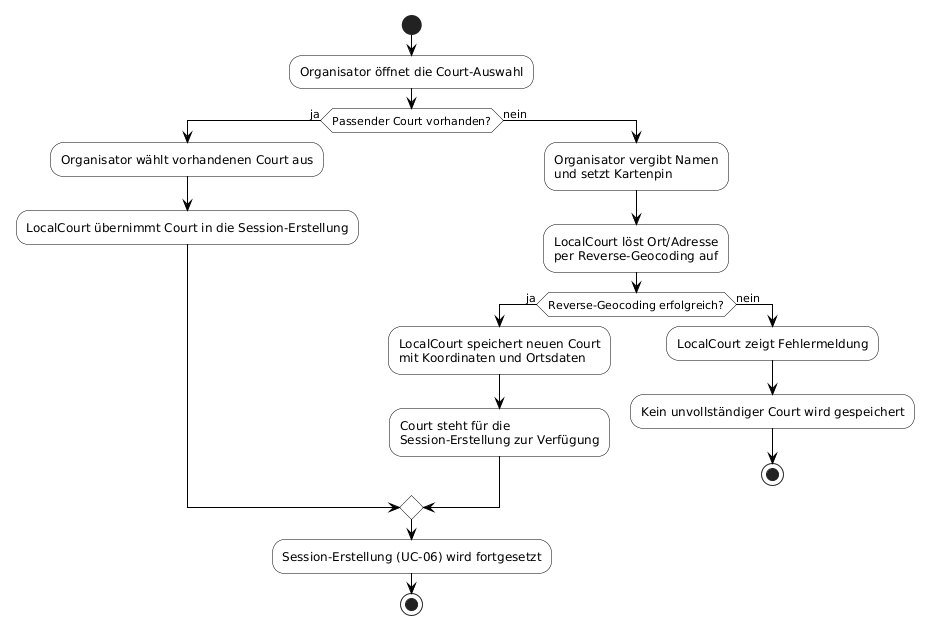
Before: docs/spec/diagrams-png/F2-uc10-court-erfassen.png, a diagram exported from PlantUML (Finn5k/Wirtschaftsinformatik-Projekt-I). Source of this version:
```plantuml
@startuml
skinparam backgroundColor White
skinparam activity {
  BackgroundColor White
  BorderColor Black
}
skinparam ArrowColor Black

start
:Organisator öffnet die Court-Auswahl;
if (Passender Court vorhanden?) then (ja)
  :Organisator wählt vorhandenen Court aus;
  :LocalCourt übernimmt Court in die Session-Erstellung;
else (nein)
  :Organisator vergibt Namen\nund setzt Kartenpin;
  :LocalCourt löst Ort/Adresse\nper Reverse-Geocoding auf;
  if (Reverse-Geocoding erfolgreich?) then (ja)
    :LocalCourt speichert neuen Court\nmit Koordinaten und Ortsdaten;
    :Court steht für die\nSession-Erstellung zur Verfügung;
  else (nein)
    :LocalCourt zeigt Fehlermeldung;
    :Kein unvollständiger Court wird gespeichert;
    stop
  endif
endif
:Session-Erstellung (UC-06) wird fortgesetzt;
stop
@enduml
```
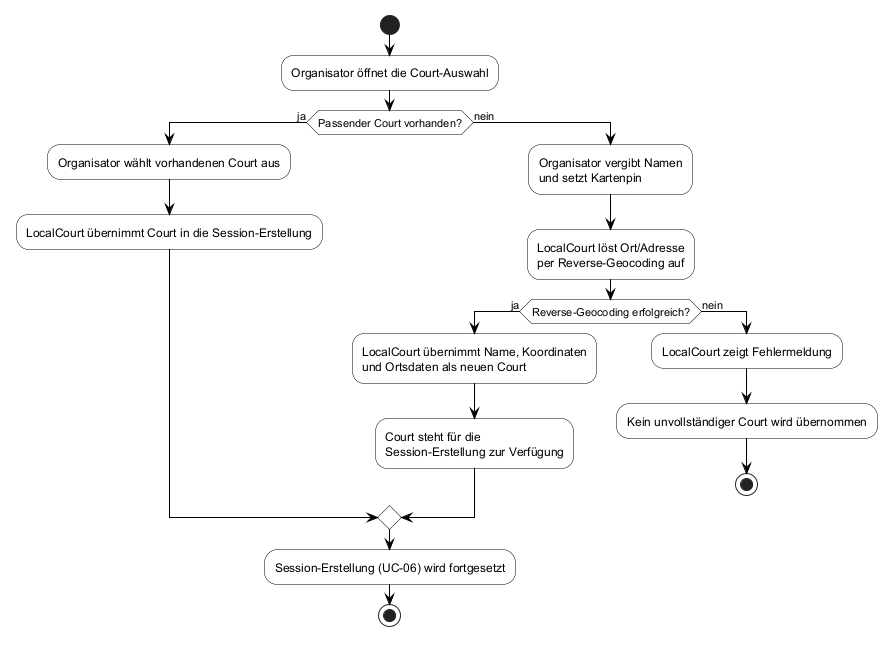
After the change.

What changed in the source:
```diff
@@ -1,4 +1,4 @@
-@startuml
+@startuml F2-uc10-court-erfassen
 skinparam backgroundColor White
 skinparam activity {
   BackgroundColor White
@@ -15,11 +15,11 @@
   :Organisator vergibt Namen\nund setzt Kartenpin;
   :LocalCourt löst Ort/Adresse\nper Reverse-Geocoding auf;
   if (Reverse-Geocoding erfolgreich?) then (ja)
-    :LocalCourt speichert neuen Court\nmit Koordinaten und Ortsdaten;
+    :LocalCourt übernimmt Name, Koordinaten\nund Ortsdaten als neuen Court;
     :Court steht für die\nSession-Erstellung zur Verfügung;
   else (nein)
     :LocalCourt zeigt Fehlermeldung;
-    :Kein unvollständiger Court wird gespeichert;
+    :Kein unvollständiger Court wird übernommen;
     stop
   endif
 endif
```
